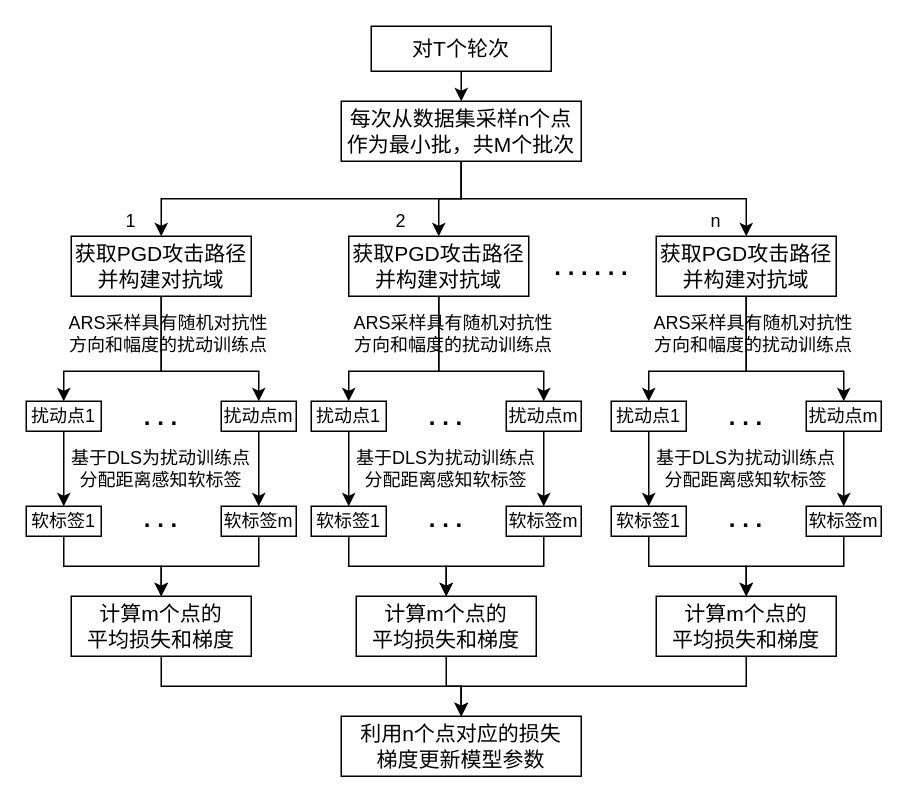
Earlier version of the draw.io diagram RAT.drawio (Zhou-AY/hello-world). Source tidied: cells renumbered, new cells numbered last; positions are measured from the earlier drawing's top-left corner, leaving out a move shared by most shapes. Both pictures are drawn from the tidied source at 150%, with x=0, y=0 at pixel (26, 26).
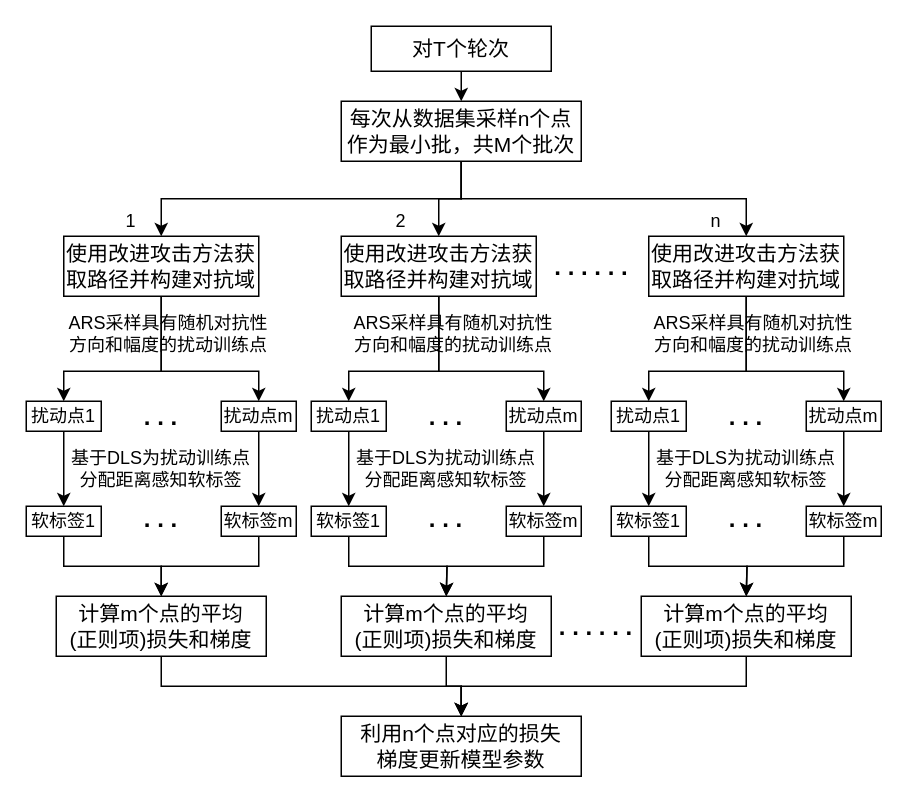
The same page after the edit.

The change refers to these unchanged cells:
```xml
<mxCell id="7" value="&lt;font style=&quot;font-size: 14px;&quot;&gt;每次从数据集采样n个点作为最小批，共M个批次&lt;br&gt;&lt;/font&gt;" style="rounded=0;whiteSpace=wrap;html=1;" parent="1" vertex="1">
  <mxGeometry x="210" y="50" width="160" height="40" as="geometry" />
</mxCell>
<mxCell id="35" value="&lt;font style=&quot;font-size: 14px;&quot;&gt;利用n个点对应的损失&lt;br&gt;梯度更新模型参数&lt;br&gt;&lt;/font&gt;" style="rounded=0;whiteSpace=wrap;html=1;" parent="1" vertex="1">
  <mxGeometry x="210" y="460" width="160" height="40" as="geometry" />
</mxCell>
<mxCell id="37" value="&lt;font style=&quot;font-size: 12px;&quot;&gt;扰动点1&lt;/font&gt;" style="rounded=0;whiteSpace=wrap;html=1;" parent="1" vertex="1">
  <mxGeometry x="190" y="250" width="50" height="20" as="geometry" />
</mxCell>
<mxCell id="39" value="&lt;font style=&quot;font-size: 12px;&quot;&gt;扰动点m&lt;/font&gt;" style="rounded=0;whiteSpace=wrap;html=1;" parent="1" vertex="1">
  <mxGeometry x="320" y="250" width="50" height="20" as="geometry" />
</mxCell>
<mxCell id="43" value="&lt;font style=&quot;font-size: 12px;&quot;&gt;软标签1&lt;/font&gt;" style="rounded=0;whiteSpace=wrap;html=1;" parent="1" vertex="1">
  <mxGeometry x="190" y="320" width="50" height="20" as="geometry" />
</mxCell>
<mxCell id="45" value="&lt;font style=&quot;font-size: 12px;&quot;&gt;软标签m&lt;br&gt;&lt;/font&gt;" style="rounded=0;whiteSpace=wrap;html=1;" parent="1" vertex="1">
  <mxGeometry x="320" y="320" width="50" height="20" as="geometry" />
</mxCell>
<mxCell id="51" value="&lt;font style=&quot;font-size: 12px;&quot;&gt;扰动点1&lt;/font&gt;" style="rounded=0;whiteSpace=wrap;html=1;" parent="1" vertex="1">
  <mxGeometry x="390" y="250" width="50" height="20" as="geometry" />
</mxCell>
<mxCell id="53" value="&lt;font style=&quot;font-size: 12px;&quot;&gt;扰动点m&lt;/font&gt;" style="rounded=0;whiteSpace=wrap;html=1;" parent="1" vertex="1">
  <mxGeometry x="520" y="250" width="50" height="20" as="geometry" />
</mxCell>
<mxCell id="57" value="&lt;font style=&quot;font-size: 12px;&quot;&gt;软标签1&lt;/font&gt;" style="rounded=0;whiteSpace=wrap;html=1;" parent="1" vertex="1">
  <mxGeometry x="390" y="320" width="50" height="20" as="geometry" />
</mxCell>
<mxCell id="59" value="&lt;font style=&quot;font-size: 12px;&quot;&gt;软标签m&lt;br&gt;&lt;/font&gt;" style="rounded=0;whiteSpace=wrap;html=1;" parent="1" vertex="1">
  <mxGeometry x="520" y="320" width="50" height="20" as="geometry" />
</mxCell>
```

Diff of the diagram source:
```diff
@@
-    <mxCell id="5" style="edgeStyle=orthogonalEdgeStyle;rounded=0;jettySize=auto;html=1;exitX=0.5;exitY=1;exitDx=0;exitDy=0;" parent="1" edge="1" source="7" target="13">
+    <mxCell id="5" style="edgeStyle=orthogonalEdgeStyle;rounded=0;jettySize=auto;html=1;exitX=0.5;exitY=1;exitDx=0;exitDy=0;entryX=0.5;entryY=0;entryDx=0;entryDy=0;" parent="1" edge="1" source="7" target="64">
       <mxGeometry relative="1" as="geometry" />
     </mxCell>
-    <mxCell id="6" style="edgeStyle=orthogonalEdgeStyle;rounded=0;jettySize=auto;html=1;exitX=0.5;exitY=1;exitDx=0;exitDy=0;" parent="1" edge="1" source="7" target="16">
+    <mxCell id="6" style="edgeStyle=orthogonalEdgeStyle;rounded=0;jettySize=auto;html=1;exitX=0.5;exitY=1;exitDx=0;exitDy=0;entryX=0.5;entryY=0;entryDx=0;entryDy=0;" parent="1" edge="1" source="7" target="65">
       <mxGeometry relative="1" as="geometry" />
     </mxCell>
@@
-    <mxCell id="10" value="&lt;font style=&quot;font-size: 14px;&quot;&gt;获取PGD攻击路径&lt;br&gt;并构建对抗域&lt;br&gt;&lt;/font&gt;" style="rounded=0;whiteSpace=wrap;html=1;" parent="1" vertex="1">
-      <mxGeometry x="30" y="140" width="120" height="40" as="geometry" />
+    <mxCell id="10" value="&lt;font style=&quot;font-size: 14px;&quot;&gt;使用改进攻击方法获取路径并构建对抗域&lt;br&gt;&lt;/font&gt;" style="rounded=0;whiteSpace=wrap;html=1;" parent="1" vertex="1">
+      <mxGeometry x="25" y="140" width="130" height="40" as="geometry" />
     </mxCell>
-    <mxCell id="11" style="edgeStyle=orthogonalEdgeStyle;rounded=0;jettySize=auto;html=1;exitX=0.5;exitY=1;exitDx=0;exitDy=0;entryX=0.5;entryY=0;entryDx=0;entryDy=0;" parent="1" edge="1" source="13" target="37">
+    <mxCell id="11" style="edgeStyle=orthogonalEdgeStyle;rounded=0;jettySize=auto;html=1;exitX=0.5;exitY=1;exitDx=0;exitDy=0;entryX=0.5;entryY=0;entryDx=0;entryDy=0;" parent="1" edge="1" target="37">
       <mxGeometry relative="1" as="geometry">
+        <mxPoint x="275" y="180" as="sourcePoint" />
         <Array as="points">
           <mxPoint x="275" y="230" />
           <mxPoint x="215" y="230" />
         </Array>
       </mxGeometry>
     </mxCell>
-    <mxCell id="12" style="edgeStyle=orthogonalEdgeStyle;rounded=0;jettySize=auto;html=1;exitX=0.5;exitY=1;exitDx=0;exitDy=0;" parent="1" edge="1" source="13" target="39">
+    <mxCell id="12" style="edgeStyle=orthogonalEdgeStyle;rounded=0;jettySize=auto;html=1;exitX=0.5;exitY=1;exitDx=0;exitDy=0;" parent="1" edge="1" target="39">
       <mxGeometry relative="1" as="geometry">
+        <mxPoint x="275" y="180" as="sourcePoint" />
         <Array as="points">
           <mxPoint x="275" y="230" />
           <mxPoint x="345" y="230" />
         </Array>
       </mxGeometry>
     </mxCell>
-    <mxCell id="13" value="&lt;font style=&quot;font-size: 14px;&quot;&gt;获取PGD攻击路径&lt;br&gt;并构建对抗域&lt;br&gt;&lt;/font&gt;" style="rounded=0;whiteSpace=wrap;html=1;" parent="1" vertex="1">
-      <mxGeometry x="215" y="140" width="120" height="40" as="geometry" />
-    </mxCell>
-    <mxCell id="14" style="edgeStyle=orthogonalEdgeStyle;rounded=0;jettySize=auto;html=1;exitX=0.5;exitY=1;exitDx=0;exitDy=0;" parent="1" edge="1" source="16" target="51">
+    <mxCell id="14" style="edgeStyle=orthogonalEdgeStyle;rounded=0;jettySize=auto;html=1;exitX=0.5;exitY=1;exitDx=0;exitDy=0;" parent="1" edge="1" target="51">
       <mxGeometry relative="1" as="geometry">
+        <mxPoint x="480" y="180" as="sourcePoint" />
         <Array as="points">
           <mxPoint x="480" y="230" />
           <mxPoint x="415" y="230" />
         </Array>
       </mxGeometry>
     </mxCell>
-    <mxCell id="15" style="edgeStyle=orthogonalEdgeStyle;rounded=0;jettySize=auto;html=1;exitX=0.5;exitY=1;exitDx=0;exitDy=0;" parent="1" edge="1" source="16" target="53">
+    <mxCell id="15" style="edgeStyle=orthogonalEdgeStyle;rounded=0;jettySize=auto;html=1;exitX=0.5;exitY=1;exitDx=0;exitDy=0;" parent="1" edge="1" target="53">
       <mxGeometry relative="1" as="geometry">
+        <mxPoint x="480" y="180" as="sourcePoint" />
         <Array as="points">
           <mxPoint x="480" y="230" />
           <mxPoint x="545" y="230" />
         </Array>
       </mxGeometry>
     </mxCell>
-    <mxCell id="16" value="&lt;font style=&quot;font-size: 14px;&quot;&gt;获取PGD攻击路径&lt;br&gt;并构建对抗域&lt;br&gt;&lt;/font&gt;" style="rounded=0;whiteSpace=wrap;html=1;" parent="1" vertex="1">
-      <mxGeometry x="420" y="140" width="120" height="40" as="geometry" />
-    </mxCell>
@@
-    <mxCell id="34" value="&lt;font style=&quot;font-size: 14px;&quot;&gt;计算m个点的&lt;br&gt;平均损失和梯度&lt;br&gt;&lt;/font&gt;" style="rounded=0;whiteSpace=wrap;html=1;" parent="1" vertex="1">
-      <mxGeometry x="30" y="380" width="120" height="40" as="geometry" />
+    <mxCell id="34" value="&lt;font style=&quot;font-size: 14px;&quot;&gt;计算m个点的平均&lt;br&gt;(正则项)损失和梯度&lt;br&gt;&lt;/font&gt;" style="rounded=0;whiteSpace=wrap;html=1;" parent="1" vertex="1">
+      <mxGeometry x="20" y="380" width="140" height="40" as="geometry" />
     </mxCell>
@@
-    <mxCell id="42" style="edgeStyle=orthogonalEdgeStyle;rounded=0;jettySize=auto;html=1;exitX=0.5;exitY=1;exitDx=0;exitDy=0;" parent="1" edge="1" source="43" target="49">
-      <mxGeometry relative="1" as="geometry" />
+    <mxCell id="42" style="edgeStyle=orthogonalEdgeStyle;rounded=0;jettySize=auto;html=1;exitX=0.5;exitY=1;exitDx=0;exitDy=0;" parent="1" edge="1" source="43">
+      <mxGeometry relative="1" as="geometry">
+        <mxPoint x="280" y="380" as="targetPoint" />
+      </mxGeometry>
     </mxCell>
@@
-    <mxCell id="44" style="edgeStyle=orthogonalEdgeStyle;rounded=0;jettySize=auto;html=1;exitX=0.5;exitY=1;exitDx=0;exitDy=0;" parent="1" edge="1" source="45" target="49">
-      <mxGeometry relative="1" as="geometry" />
+    <mxCell id="44" style="edgeStyle=orthogonalEdgeStyle;rounded=0;jettySize=auto;html=1;exitX=0.5;exitY=1;exitDx=0;exitDy=0;" parent="1" edge="1" source="45">
+      <mxGeometry relative="1" as="geometry">
+        <mxPoint x="280" y="380" as="targetPoint" />
+      </mxGeometry>
     </mxCell>
@@
-    <mxCell id="48" style="edgeStyle=orthogonalEdgeStyle;rounded=0;jettySize=auto;html=1;exitX=0.5;exitY=1;exitDx=0;exitDy=0;entryX=0.5;entryY=0;entryDx=0;entryDy=0;" parent="1" edge="1" source="49" target="35">
-      <mxGeometry relative="1" as="geometry" />
-    </mxCell>
-    <mxCell id="49" value="&lt;font style=&quot;font-size: 14px;&quot;&gt;计算m个点的&lt;br&gt;平均损失和梯度&lt;br&gt;&lt;/font&gt;" style="rounded=0;whiteSpace=wrap;html=1;" parent="1" vertex="1">
-      <mxGeometry x="220" y="380" width="120" height="40" as="geometry" />
-    </mxCell>
@@
-    <mxCell id="56" style="edgeStyle=orthogonalEdgeStyle;rounded=0;jettySize=auto;html=1;exitX=0.5;exitY=1;exitDx=0;exitDy=0;" parent="1" edge="1" source="57" target="63">
-      <mxGeometry relative="1" as="geometry" />
+    <mxCell id="56" style="edgeStyle=orthogonalEdgeStyle;rounded=0;jettySize=auto;html=1;exitX=0.5;exitY=1;exitDx=0;exitDy=0;" parent="1" edge="1" source="57">
+      <mxGeometry relative="1" as="geometry">
+        <mxPoint x="480" y="380" as="targetPoint" />
+      </mxGeometry>
     </mxCell>
@@
-    <mxCell id="58" style="edgeStyle=orthogonalEdgeStyle;rounded=0;jettySize=auto;html=1;exitX=0.5;exitY=1;exitDx=0;exitDy=0;" parent="1" edge="1" source="59" target="63">
-      <mxGeometry relative="1" as="geometry" />
+    <mxCell id="58" style="edgeStyle=orthogonalEdgeStyle;rounded=0;jettySize=auto;html=1;exitX=0.5;exitY=1;exitDx=0;exitDy=0;" parent="1" edge="1" source="59">
+      <mxGeometry relative="1" as="geometry">
+        <mxPoint x="480" y="380" as="targetPoint" />
+      </mxGeometry>
     </mxCell>
@@
-    <mxCell id="62" style="edgeStyle=orthogonalEdgeStyle;rounded=0;jettySize=auto;html=1;exitX=0.5;exitY=1;exitDx=0;exitDy=0;entryX=0.5;entryY=0;entryDx=0;entryDy=0;" parent="1" edge="1" source="63" target="35">
-      <mxGeometry relative="1" as="geometry" />
-    </mxCell>
-    <mxCell id="63" value="&lt;font style=&quot;font-size: 14px;&quot;&gt;计算m个点的&lt;br&gt;平均损失和梯度&lt;br&gt;&lt;/font&gt;" style="rounded=0;whiteSpace=wrap;html=1;" parent="1" vertex="1">
-      <mxGeometry x="420" y="380" width="120" height="40" as="geometry" />
-    </mxCell>
+    <mxCell id="64" value="&lt;font style=&quot;font-size: 14px;&quot;&gt;使用改进攻击方法获取路径并构建对抗域&lt;br&gt;&lt;/font&gt;" style="rounded=0;whiteSpace=wrap;html=1;" parent="1" vertex="1">
+      <mxGeometry x="210" y="140" width="130" height="40" as="geometry" />
+    </mxCell>
+    <mxCell id="65" value="&lt;font style=&quot;font-size: 14px;&quot;&gt;使用改进攻击方法获取路径并构建对抗域&lt;br&gt;&lt;/font&gt;" style="rounded=0;whiteSpace=wrap;html=1;" parent="1" vertex="1">
+      <mxGeometry x="415" y="140" width="130" height="40" as="geometry" />
+    </mxCell>
+    <mxCell id="66" style="edgeStyle=orthogonalEdgeStyle;rounded=0;jettySize=auto;html=1;exitX=0.5;exitY=1;exitDx=0;exitDy=0;entryX=0.5;entryY=0;entryDx=0;entryDy=0;" parent="1" edge="1" source="67" target="35">
+      <mxGeometry relative="1" as="geometry" />
+    </mxCell>
+    <mxCell id="67" value="&lt;font style=&quot;font-size: 14px;&quot;&gt;计算m个点的平均&lt;br&gt;(正则项)损失和梯度&lt;br&gt;&lt;/font&gt;" style="rounded=0;whiteSpace=wrap;html=1;" parent="1" vertex="1">
+      <mxGeometry x="210" y="380" width="140" height="40" as="geometry" />
+    </mxCell>
+    <mxCell id="68" style="edgeStyle=orthogonalEdgeStyle;rounded=0;jettySize=auto;html=1;exitX=0.5;exitY=1;exitDx=0;exitDy=0;entryX=0.5;entryY=0;entryDx=0;entryDy=0;" parent="1" edge="1" source="69" target="35">
+      <mxGeometry relative="1" as="geometry" />
+    </mxCell>
+    <mxCell id="69" value="&lt;font style=&quot;font-size: 14px;&quot;&gt;计算m个点的平均&lt;br&gt;(正则项)损失和梯度&lt;br&gt;&lt;/font&gt;" style="rounded=0;whiteSpace=wrap;html=1;" parent="1" vertex="1">
+      <mxGeometry x="410" y="380" width="140" height="40" as="geometry" />
+    </mxCell>
+    <mxCell id="70" value="&lt;font size=&quot;1&quot; style=&quot;&quot;&gt;&lt;b style=&quot;font-size: 16px;&quot;&gt;. . . . . .&lt;/b&gt;&lt;/font&gt;" style="text;html=1;strokeColor=none;fillColor=none;align=center;verticalAlign=middle;whiteSpace=wrap;rounded=0;" parent="1" vertex="1">
+      <mxGeometry x="345" y="392.5" width="70" height="15" as="geometry" />
+    </mxCell>
```
